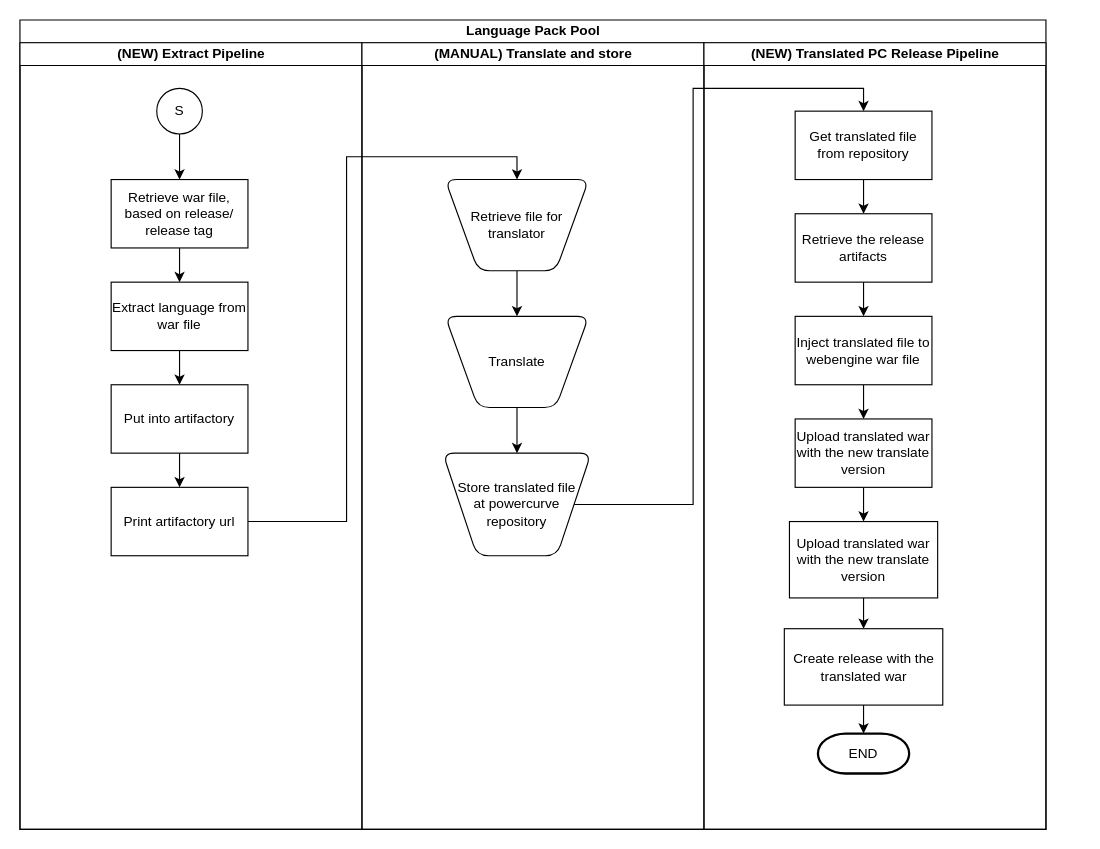
This is ExtractLanguage.drawio from reinmartha/work, a draw.io file, before an edit. Source tidied: cells renumbered, new cells numbered last; positions are measured from the earlier drawing's top-left corner, leaving out a move shared by most shapes. Both pictures are drawn from the tidied source at 114%, with x=0, y=0 at pixel (19, 19).
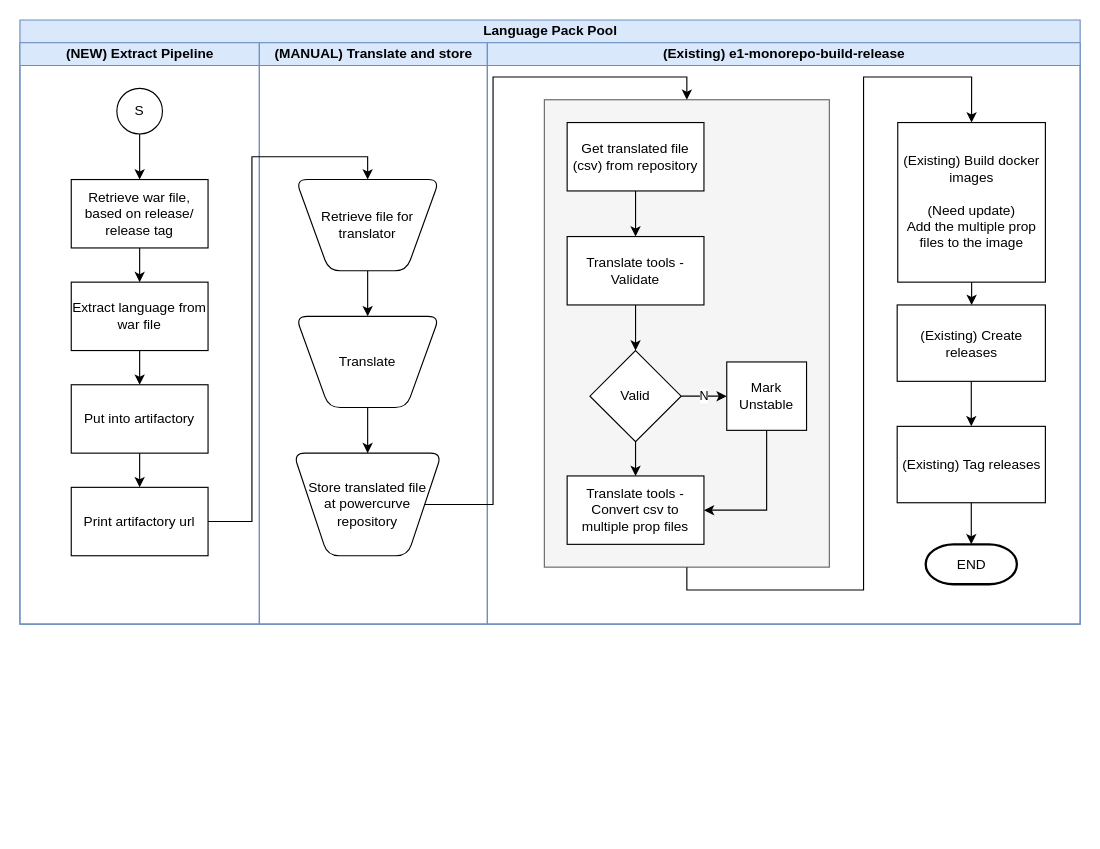
The same page after the edit.

Commit message:
Copy runtime ExtractLanguage.drawio

The edit, as a diff of the source:
```diff
@@
-    <mxCell id="2" value="Language Pack Pool" style="swimlane;html=1;startSize=20;" parent="1" vertex="1">
-      <mxGeometry width="900" height="710" as="geometry" />
+    <mxCell id="2" value="Language Pack Pool" style="swimlane;html=1;startSize=20;fillColor=#dae8fc;strokeColor=#6C8EBF;" parent="1" vertex="1">
+      <mxGeometry width="930" height="530" as="geometry" />
     </mxCell>
-    <mxCell id="3" value="(NEW) Extract Pipeline" style="swimlane;html=1;startSize=20;" parent="2" vertex="1">
-      <mxGeometry y="20" width="300" height="690" as="geometry" />
+    <mxCell id="3" value="(NEW) Extract Pipeline" style="swimlane;html=1;startSize=20;fillColor=#dae8fc;strokeColor=#6C8EBF;" parent="2" vertex="1">
+      <mxGeometry y="20" width="210" height="510" as="geometry" />
     </mxCell>
@@
+    <mxCell id="7" style="edgeStyle=orthogonalEdgeStyle;rounded=0;jettySize=auto;html=1;" parent="3" edge="1" source="8" target="10">
+      <mxGeometry relative="1" as="geometry" />
+    </mxCell>
+    <mxCell id="9" style="edgeStyle=orthogonalEdgeStyle;rounded=0;jettySize=auto;html=1;" parent="3" edge="1" source="10" target="11">
+      <mxGeometry relative="1" as="geometry" />
+    </mxCell>
     <mxCell id="6" value="Retrieve war file, based on release/ release tag" style="rounded=0;whiteSpace=wrap;html=1;" parent="3" vertex="1">
-      <mxGeometry x="80" y="120" width="120" height="60" as="geometry" />
+      <mxGeometry x="45" y="120" width="120" height="60" as="geometry" />
     </mxCell>
-    <mxCell id="7" style="edgeStyle=orthogonalEdgeStyle;rounded=0;jettySize=auto;html=1;" parent="3" edge="1" source="8" target="10">
-      <mxGeometry relative="1" as="geometry" />
-    </mxCell>
     <mxCell id="8" value="Extract language from war file" style="rounded=0;whiteSpace=wrap;html=1;" parent="3" vertex="1">
-      <mxGeometry x="80" y="210" width="120" height="60" as="geometry" />
+      <mxGeometry x="45" y="210" width="120" height="60" as="geometry" />
     </mxCell>
-    <mxCell id="9" style="edgeStyle=orthogonalEdgeStyle;rounded=0;jettySize=auto;html=1;" parent="3" edge="1" source="10" target="11">
-      <mxGeometry relative="1" as="geometry" />
-    </mxCell>
     <mxCell id="10" value="Put into artifactory" style="rounded=0;whiteSpace=wrap;html=1;" parent="3" vertex="1">
-      <mxGeometry x="80" y="300" width="120" height="60" as="geometry" />
+      <mxGeometry x="45" y="300" width="120" height="60" as="geometry" />
     </mxCell>
     <mxCell id="11" value="Print artifactory url" style="rounded=0;whiteSpace=wrap;html=1;" parent="3" vertex="1">
-      <mxGeometry x="80" y="390" width="120" height="60" as="geometry" />
+      <mxGeometry x="45" y="390" width="120" height="60" as="geometry" />
     </mxCell>
     <mxCell id="12" value="S" style="ellipse;whiteSpace=wrap;html=1;rounded=1;" parent="3" vertex="1">
-      <mxGeometry x="120" y="40" width="40" height="40" as="geometry" />
+      <mxGeometry x="85" y="40" width="40" height="40" as="geometry" />
     </mxCell>
-    <mxCell id="13" value="(MANUAL) Translate and store" style="swimlane;html=1;startSize=20;verticalAlign=middle;horizontal=1;" parent="2" vertex="1">
-      <mxGeometry x="300" y="20" width="300" height="690" as="geometry" />
+    <mxCell id="13" value="(MANUAL) Translate and store" style="swimlane;html=1;startSize=20;verticalAlign=middle;horizontal=1;fillColor=#dae8fc;strokeColor=#6C8EBF;" parent="2" vertex="1">
+      <mxGeometry x="210" y="20" width="200" height="510" as="geometry" />
     </mxCell>
@@
+    <mxCell id="16" style="edgeStyle=orthogonalEdgeStyle;rounded=0;jettySize=auto;html=1;" parent="13" edge="1" source="17" target="18">
+      <mxGeometry relative="1" as="geometry" />
+    </mxCell>
     <mxCell id="15" value="&lt;span&gt;Retrieve file for translator&lt;/span&gt;" style="verticalLabelPosition=middle;verticalAlign=middle;html=1;shape=trapezoid;perimeter=trapezoidPerimeter;whiteSpace=wrap;size=0.23;arcSize=20;flipV=1;rounded=1;labelPosition=center;align=center;" parent="13" vertex="1">
-      <mxGeometry x="73" y="120" width="126" height="80" as="geometry" />
+      <mxGeometry x="32" y="120" width="126" height="80" as="geometry" />
     </mxCell>
-    <mxCell id="16" style="edgeStyle=orthogonalEdgeStyle;rounded=0;jettySize=auto;html=1;" parent="13" edge="1" source="17" target="18">
-      <mxGeometry relative="1" as="geometry" />
-    </mxCell>
     <mxCell id="17" value="&lt;span&gt;Translate&lt;/span&gt;" style="verticalLabelPosition=middle;verticalAlign=middle;html=1;shape=trapezoid;perimeter=trapezoidPerimeter;whiteSpace=wrap;size=0.23;arcSize=20;flipV=1;rounded=1;labelPosition=center;align=center;" parent="13" vertex="1">
-      <mxGeometry x="73" y="240" width="126" height="80" as="geometry" />
+      <mxGeometry x="32" y="240" width="126" height="80" as="geometry" />
     </mxCell>
     <mxCell id="18" value="&lt;span&gt;Store translated file&lt;br&gt;at powercurve repository&lt;/span&gt;" style="verticalLabelPosition=middle;verticalAlign=middle;html=1;shape=trapezoid;perimeter=trapezoidPerimeter;whiteSpace=wrap;size=0.23;arcSize=20;flipV=1;rounded=1;labelPosition=center;align=center;" parent="13" vertex="1">
-      <mxGeometry x="71" y="360" width="130" height="90" as="geometry" />
+      <mxGeometry x="30" y="360" width="130" height="90" as="geometry" />
     </mxCell>
-    <mxCell id="19" value="(NEW) Translated PC Release Pipeline" style="swimlane;html=1;startSize=20;" parent="2" vertex="1">
-      <mxGeometry x="600" y="20" width="300" height="690" as="geometry" />
+    <mxCell id="19" value="(Existing)&amp;nbsp;e1-monorepo-build-release" style="swimlane;html=1;startSize=20;fillColor=#dae8fc;strokeColor=#6C8EBF;" parent="2" vertex="1">
+      <mxGeometry x="410" y="20" width="520" height="510" as="geometry" />
     </mxCell>
+    <mxCell id="35" style="rounded=0;whiteSpace=wrap;html=1;fillColor=#f5f5f5;strokeColor=#666666;fontColor=#333333;" parent="19" vertex="1">
+      <mxGeometry x="50" y="50" width="250" height="410" as="geometry" />
+    </mxCell>
+    <mxCell id="36" value="Translate tools - Convert csv to multiple prop files" style="rounded=0;whiteSpace=wrap;html=1;" parent="19" vertex="1">
+      <mxGeometry x="70" y="380" width="120" height="60" as="geometry" />
+    </mxCell>
+    <mxCell id="37" value="N" style="edgeStyle=orthogonalEdgeStyle;rounded=0;jettySize=auto;html=1;entryX=0;entryY=0.5;entryDx=0;entryDy=0;" parent="19" edge="1" source="39" target="41">
+      <mxGeometry relative="1" as="geometry" />
+    </mxCell>
+    <mxCell id="38" style="edgeStyle=orthogonalEdgeStyle;rounded=0;jettySize=auto;html=1;" parent="19" edge="1" source="39" target="36">
+      <mxGeometry relative="1" as="geometry" />
+    </mxCell>
+    <mxCell id="39" value="Valid" style="rhombus;whiteSpace=wrap;html=1;" parent="19" vertex="1">
+      <mxGeometry x="90" y="270" width="80" height="80" as="geometry" />
+    </mxCell>
+    <mxCell id="21" style="edgeStyle=orthogonalEdgeStyle;rounded=0;jettySize=auto;html=1;entryX=0.5;entryY=0;entryDx=0;entryDy=0;" parent="19" edge="1" source="25" target="26">
+      <mxGeometry relative="1" as="geometry" />
+    </mxCell>
+    <mxCell id="23" style="edgeStyle=orthogonalEdgeStyle;rounded=0;jettySize=auto;html=1;" parent="19" edge="1" source="26" target="39">
+      <mxGeometry relative="1" as="geometry" />
+    </mxCell>
+    <mxCell id="25" value="Get translated file (csv) from repository" style="rounded=0;whiteSpace=wrap;html=1;" parent="19" vertex="1">
+      <mxGeometry x="70" y="70" width="120" height="60" as="geometry" />
+    </mxCell>
-    <mxCell id="20" style="edgeStyle=orthogonalEdgeStyle;rounded=0;jettySize=auto;html=1;" parent="19" edge="1" source="27" target="28">
+    <mxCell id="20" style="edgeStyle=orthogonalEdgeStyle;rounded=0;jettySize=auto;html=1;exitX=0.5;exitY=1;exitDx=0;exitDy=0;entryX=0.5;entryY=0;entryDx=0;entryDy=0;" parent="19" edge="1" source="35" target="28">
       <mxGeometry relative="1" as="geometry" />
     </mxCell>
-    <mxCell id="21" style="edgeStyle=orthogonalEdgeStyle;rounded=0;jettySize=auto;html=1;entryX=0.5;entryY=0;entryDx=0;entryDy=0;" parent="19" edge="1" source="25" target="26">
-      <mxGeometry relative="1" as="geometry" />
-    </mxCell>
@@
-    <mxCell id="23" style="edgeStyle=orthogonalEdgeStyle;rounded=0;jettySize=auto;html=1;" parent="19" edge="1" source="26" target="27">
-      <mxGeometry relative="1" as="geometry" />
-    </mxCell>
+    <mxCell id="29" style="edgeStyle=orthogonalEdgeStyle;rounded=0;jettySize=auto;html=1;" parent="19" edge="1" source="31" target="32">
+      <mxGeometry relative="1" as="geometry" />
+    </mxCell>
@@
-    <mxCell id="25" value="Get translated file from repository" style="rounded=0;whiteSpace=wrap;html=1;" parent="19" vertex="1">
-      <mxGeometry x="80" y="60" width="120" height="60" as="geometry" />
-    </mxCell>
-    <mxCell id="26" value="Retrieve the release artifacts" style="rounded=0;whiteSpace=wrap;html=1;" parent="19" vertex="1">
-      <mxGeometry x="80" y="150" width="120" height="60" as="geometry" />
+    <mxCell id="26" value="Translate tools - Validate" style="rounded=0;whiteSpace=wrap;html=1;" parent="19" vertex="1">
+      <mxGeometry x="70" y="170" width="120" height="60" as="geometry" />
     </mxCell>
-    <mxCell id="27" value="Inject translated file to webengine war file" style="rounded=0;whiteSpace=wrap;html=1;" parent="19" vertex="1">
-      <mxGeometry x="80" y="240" width="120" height="60" as="geometry" />
-    </mxCell>
+    <mxCell id="40" style="edgeStyle=orthogonalEdgeStyle;rounded=0;jettySize=auto;html=1;entryX=1;entryY=0.5;entryDx=0;entryDy=0;exitX=0.5;exitY=1;exitDx=0;exitDy=0;" parent="19" edge="1" source="41" target="36">
+      <mxGeometry relative="1" as="geometry" />
+    </mxCell>
+    <mxCell id="41" value="Mark Unstable" style="rounded=0;whiteSpace=wrap;html=1;" parent="19" vertex="1">
+      <mxGeometry x="210" y="280" width="70" height="60" as="geometry" />
+    </mxCell>
-    <mxCell id="28" value="Upload translated war with the new translate version" style="rounded=0;whiteSpace=wrap;html=1;" parent="19" vertex="1">
-      <mxGeometry x="80" y="330" width="120" height="60" as="geometry" />
+    <mxCell id="28" value="(Existing) Build docker images&lt;br&gt;&lt;br&gt;(Need update) &lt;br&gt;Add the multiple prop files to the image" style="rounded=0;whiteSpace=wrap;html=1;" parent="19" vertex="1">
+      <mxGeometry x="360" y="70" width="129.5" height="140" as="geometry" />
     </mxCell>
-    <mxCell id="29" style="edgeStyle=orthogonalEdgeStyle;rounded=0;jettySize=auto;html=1;" parent="19" edge="1" source="31" target="32">
-      <mxGeometry relative="1" as="geometry" />
-    </mxCell>
+    <mxCell id="31" value="(Existing) Create releases" style="rounded=0;whiteSpace=wrap;html=1;" parent="19" vertex="1">
+      <mxGeometry x="359.5" y="230" width="130" height="67" as="geometry" />
+    </mxCell>
     <mxCell id="30" value="END" style="strokeWidth=2;html=1;shape=mxgraph.flowchart.terminator;whiteSpace=wrap;rounded=1;" parent="19" vertex="1">
-      <mxGeometry x="100" y="606" width="80" height="35" as="geometry" />
+      <mxGeometry x="384.5" y="440" width="80" height="35" as="geometry" />
     </mxCell>
-    <mxCell id="31" value="Upload translated war with the new translate version" style="rounded=0;whiteSpace=wrap;html=1;" parent="19" vertex="1">
-      <mxGeometry x="75" y="420" width="130" height="67" as="geometry" />
-    </mxCell>
-    <mxCell id="32" value="Create release with the translated war" style="rounded=0;whiteSpace=wrap;html=1;" parent="19" vertex="1">
-      <mxGeometry x="70.5" y="514" width="139" height="67" as="geometry" />
+    <mxCell id="32" value="(Existing) Tag releases" style="rounded=0;whiteSpace=wrap;html=1;" parent="19" vertex="1">
+      <mxGeometry x="359.5" y="336.5" width="130" height="67" as="geometry" />
     </mxCell>
@@
-    <mxCell id="34" style="edgeStyle=orthogonalEdgeStyle;rounded=0;jettySize=auto;html=1;entryX=0.5;entryY=0;entryDx=0;entryDy=0;" parent="2" edge="1" source="18" target="25">
+    <mxCell id="34" style="edgeStyle=orthogonalEdgeStyle;rounded=0;jettySize=auto;html=1;entryX=0.5;entryY=0;entryDx=0;entryDy=0;" parent="2" edge="1" source="18" target="35">
       <mxGeometry relative="1" as="geometry" />
     </mxCell>
```
